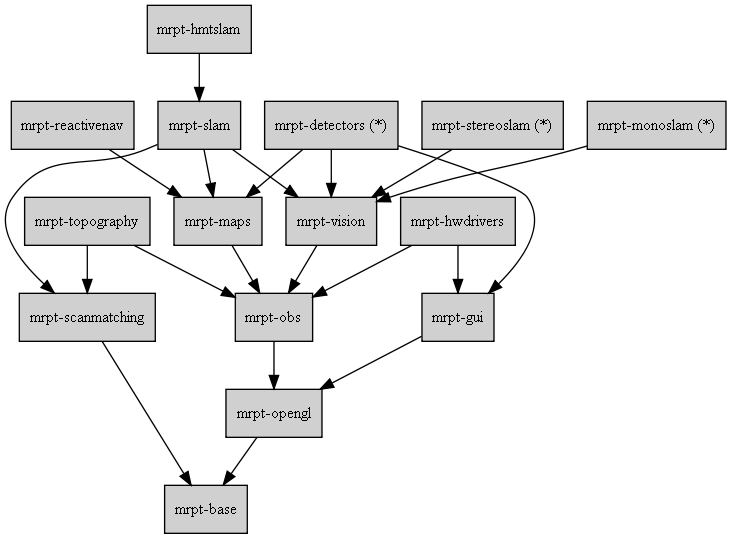
MRPT/mrpt keeps this Graphviz diagram as doc/design_of_images/graph_mrpt_libs.png. Above is the earlier version. Its source is kept beside it as doc/design_of_images/graph_mrpt_libs.dot.
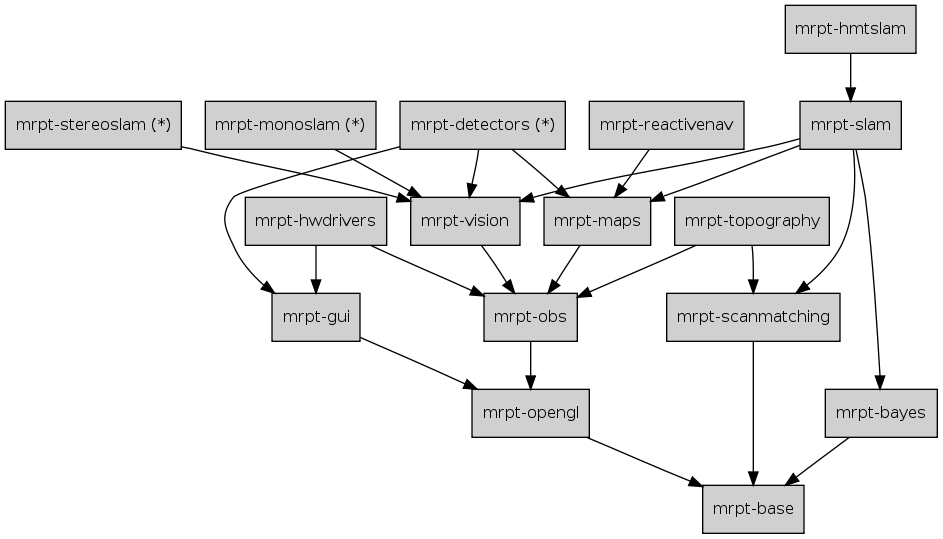
Later version of the same file.

Diff of the diagram source:
```diff
@@ -3,6 +3,7 @@
 	node [shape=box,style=filled, fillcolor="#D0D0D0",fontsize=12];
 
 	base 		[label="mrpt-base",URL="mrpt-base.html"];
+	bayes 		[label="mrpt-bayes",URL="mrpt-bayes.html"];
 	opengl 		[label="mrpt-opengl", URL="mrpt-opengl.html"];
 	gui 		[label="mrpt-gui",URL="mrpt-gui.html"];
 	obs 		[label="mrpt-obs",URL="mrpt-obs.html"];
@@ -24,6 +25,8 @@
 
 	scanmatching -> base;
 
+	bayes -> base;
+
 	opengl -> base;
 
 	obs -> opengl;
@@ -43,6 +46,7 @@
 	slam -> maps;
 	slam -> vision;
 	slam -> scanmatching;
+	slam -> bayes;
 
 	detectors -> vision;
 	detectors -> maps;
```
